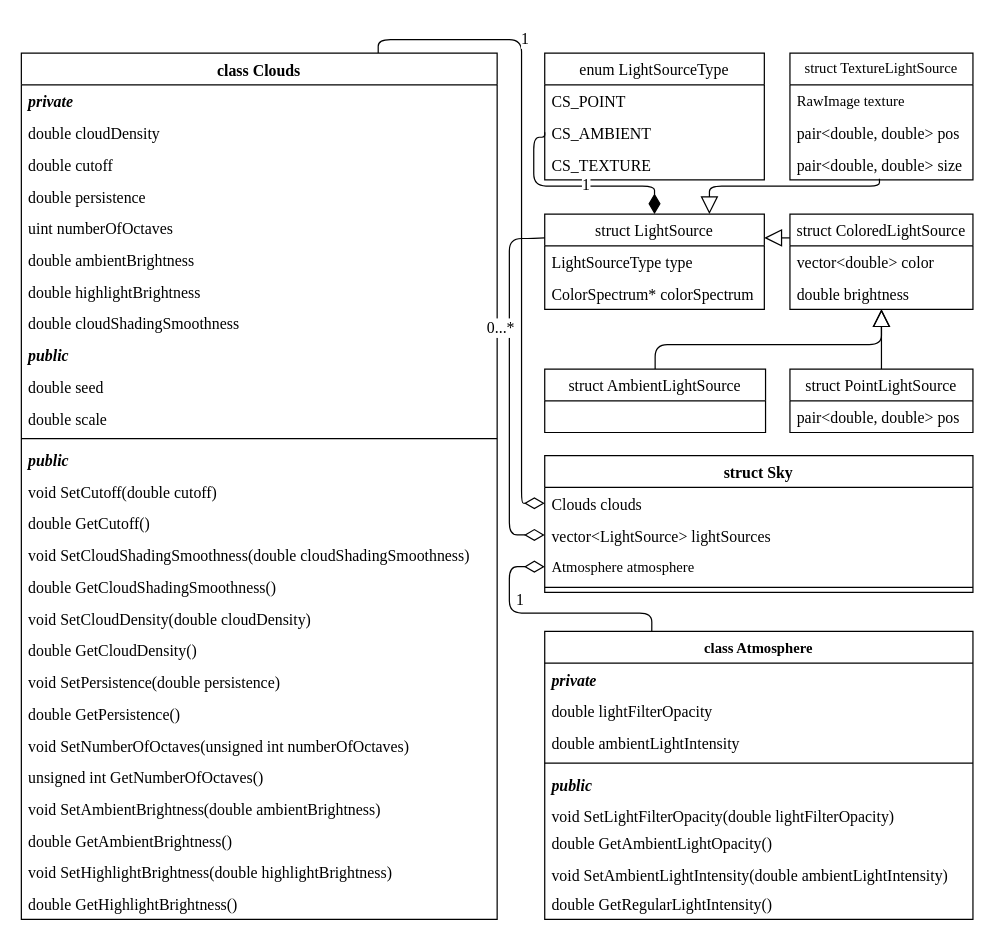
Above: page "Sky" (3 of 9) of Docs/Class diagrams.drawio in SpatiumOwl/ComplexSky-2.0 (draw.io), before the change. Source tidied: cells renumbered, new cells numbered last; positions are measured from the earlier drawing's top-left corner, leaving out a move shared by most shapes. Both pictures are drawn from the tidied source at 122%, with x=0, y=0 at pixel (21, 39).
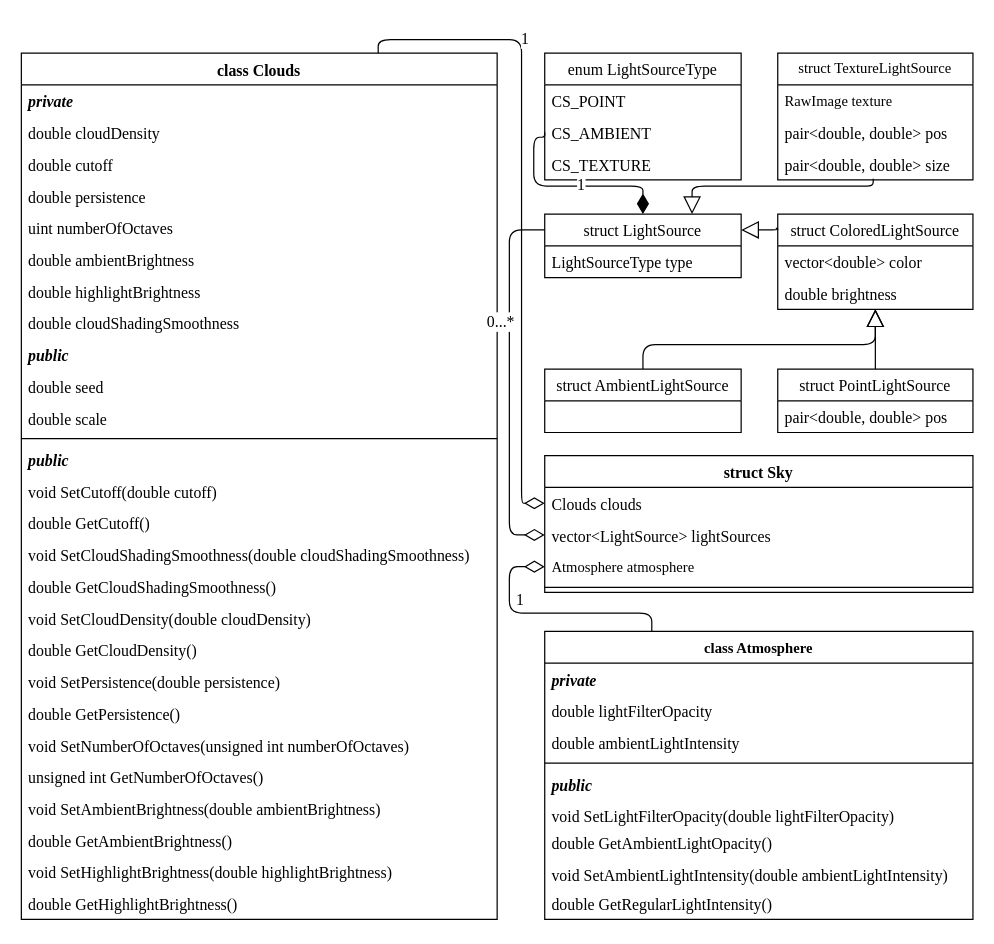
After the change.

Unchanged cells that the change refers to:
```xml
<mxCell id="49" value="vector&lt;LightSource&gt; lightSources" style="text;strokeColor=none;fillColor=none;align=left;verticalAlign=top;spacingLeft=4;spacingRight=4;overflow=hidden;points=[[0,0.5],[1,0.5]];portConstraint=eastwest;fontFamily=Times New Roman;fontSize=13;" parent="47" vertex="1">
  <mxGeometry y="52" width="351" height="26" as="geometry" />
</mxCell>
```

Diff of the diagram source:
```diff
@@
     <mxCell id="2" value="enum LightSourceType" style="swimlane;fontStyle=0;horizontal=1;startSize=26;fillColor=none;fontFamily=Times New Roman;fontSize=13;" parent="1" vertex="1">
-      <mxGeometry x="429" y="11" width="180" height="104" as="geometry" />
+      <mxGeometry x="429" y="11" width="161" height="104" as="geometry" />
     </mxCell>
     <mxCell id="3" value="CS_POINT" style="text;strokeColor=none;fillColor=none;align=left;verticalAlign=top;spacingLeft=4;spacingRight=4;overflow=hidden;fontFamily=Times New Roman;fontSize=13;" parent="2" vertex="1">
-      <mxGeometry y="26" width="180" height="26" as="geometry" />
+      <mxGeometry y="26" width="161" height="26" as="geometry" />
     </mxCell>
     <mxCell id="4" value="CS_AMBIENT" style="text;strokeColor=none;fillColor=none;align=left;verticalAlign=top;spacingLeft=4;spacingRight=4;overflow=hidden;points=[[0,0.5],[1,0.5]];portConstraint=eastwest;fontFamily=Times New Roman;fontSize=13;" parent="2" vertex="1">
-      <mxGeometry y="52" width="180" height="26" as="geometry" />
+      <mxGeometry y="52" width="161" height="26" as="geometry" />
     </mxCell>
     <mxCell id="5" value="CS_TEXTURE" style="text;strokeColor=none;fillColor=none;align=left;verticalAlign=top;spacingLeft=4;spacingRight=4;overflow=hidden;fontFamily=Times New Roman;fontSize=13;" parent="2" vertex="1">
-      <mxGeometry y="78" width="180" height="26" as="geometry" />
+      <mxGeometry y="78" width="161" height="26" as="geometry" />
     </mxCell>
     <mxCell id="6" value="struct LightSource" style="swimlane;fontStyle=0;horizontal=1;startSize=26;fillColor=none;fontFamily=Times New Roman;fontSize=13;" parent="1" vertex="1">
-      <mxGeometry x="429" y="143" width="180" height="78" as="geometry" />
+      <mxGeometry x="429" y="143" width="161" height="52" as="geometry" />
     </mxCell>
     <mxCell id="7" value="LightSourceType type" style="text;strokeColor=none;fillColor=none;align=left;verticalAlign=top;spacingLeft=4;spacingRight=4;overflow=hidden;fontFamily=Times New Roman;fontSize=13;" parent="6" vertex="1">
-      <mxGeometry y="26" width="180" height="26" as="geometry" />
+      <mxGeometry y="26" width="161" height="26" as="geometry" />
     </mxCell>
-    <mxCell id="8" value="ColorSpectrum* colorSpectrum" style="text;strokeColor=none;fillColor=none;align=left;verticalAlign=top;spacingLeft=4;spacingRight=4;overflow=hidden;fontFamily=Times New Roman;fontSize=13;" parent="6" vertex="1">
-      <mxGeometry y="52" width="180" height="26" as="geometry" />
-    </mxCell>
     <mxCell id="9" value="1" style="endArrow=none;html=1;endSize=12;startArrow=diamondThin;startSize=14;startFill=1;edgeStyle=orthogonalEdgeStyle;align=left;verticalAlign=bottom;rounded=1;exitX=0.5;exitY=0;exitDx=0;exitDy=0;entryX=0;entryY=0.5;entryDx=0;entryDy=0;endFill=0;fontFamily=Times New Roman;fontSize=13;" parent="1" edge="1" source="6" target="4">
       <mxGeometry x="-0.04" y="10" relative="1" as="geometry">
         <Array as="points">
-          <mxPoint x="519" y="120" />
+          <mxPoint x="510" y="120" />
           <mxPoint x="420" y="120" />
           <mxPoint x="420" y="80" />
           <mxPoint x="429" y="80" />
         </Array>
       </mxGeometry>
     </mxCell>
     <mxCell id="10" value="struct ColoredLightSource" style="swimlane;fontStyle=0;horizontal=1;startSize=26;fillColor=none;fontFamily=Times New Roman;fontSize=13;" parent="1" vertex="1">
-      <mxGeometry x="630" y="143" width="150" height="78" as="geometry" />
+      <mxGeometry x="620" y="143" width="160" height="78" as="geometry" />
     </mxCell>
     <mxCell id="11" value="vector&lt;double&gt; color" style="text;strokeColor=none;fillColor=none;align=left;verticalAlign=top;spacingLeft=4;spacingRight=4;overflow=hidden;fontFamily=Times New Roman;fontSize=13;" parent="10" vertex="1">
-      <mxGeometry y="26" width="150" height="26" as="geometry" />
+      <mxGeometry y="26" width="160" height="26" as="geometry" />
     </mxCell>
     <mxCell id="12" value="double brightness" style="text;strokeColor=none;fillColor=none;align=left;verticalAlign=top;spacingLeft=4;spacingRight=4;overflow=hidden;points=[[0,0.5],[1,0.5]];portConstraint=eastwest;fontFamily=Times New Roman;fontSize=13;" parent="10" vertex="1">
-      <mxGeometry y="52" width="150" height="26" as="geometry" />
+      <mxGeometry y="52" width="160" height="26" as="geometry" />
     </mxCell>
-    <mxCell id="13" style="endArrow=block;endFill=0;endSize=12;html=1;rounded=1;exitX=0;exitY=0.25;exitDx=0;exitDy=0;edgeStyle=orthogonalEdgeStyle;fontFamily=Times New Roman;fontSize=13;entryX=1;entryY=0.25;entryDx=0;entryDy=0;" parent="1" edge="1" source="10" target="6">
+    <mxCell id="13" style="endArrow=block;endFill=0;endSize=12;html=1;rounded=1;edgeStyle=orthogonalEdgeStyle;fontFamily=Times New Roman;fontSize=13;entryX=1;entryY=0.25;entryDx=0;entryDy=0;exitX=-0.01;exitY=0.15;exitDx=0;exitDy=0;exitPerimeter=0;" parent="1" edge="1" source="10" target="6">
       <mxGeometry relative="1" as="geometry">
         <Array as="points">
-          <mxPoint x="630" y="163" />
-          <mxPoint x="630" y="163" />
+          <mxPoint x="620" y="155" />
+          <mxPoint x="620" y="156" />
         </Array>
       </mxGeometry>
     </mxCell>
     <mxCell id="14" value="struct PointLightSource" style="swimlane;fontStyle=0;horizontal=1;startSize=26;fillColor=none;fontFamily=Times New Roman;fontSize=13;" parent="1" vertex="1">
-      <mxGeometry x="630" y="270" width="150" height="52" as="geometry" />
+      <mxGeometry x="620" y="270" width="160" height="52" as="geometry" />
     </mxCell>
     <mxCell id="15" value="pair&lt;double, double&gt; pos" style="text;strokeColor=none;fillColor=none;align=left;verticalAlign=top;spacingLeft=4;spacingRight=4;overflow=hidden;fontFamily=Times New Roman;fontSize=13;" parent="14" vertex="1">
-      <mxGeometry y="26" width="150" height="26" as="geometry" />
+      <mxGeometry y="26" width="160" height="26" as="geometry" />
     </mxCell>
     <mxCell id="16" style="endArrow=block;endFill=0;endSize=12;html=1;rounded=1;edgeStyle=orthogonalEdgeStyle;exitX=0.5;exitY=0;exitDx=0;exitDy=0;entryX=0.5;entryY=1;entryDx=0;entryDy=0;entryPerimeter=0;fontFamily=Times New Roman;fontSize=13;" parent="1" edge="1" source="14" target="12">
       <mxGeometry relative="1" as="geometry">
         <Array as="points">
-          <mxPoint x="705" y="240" />
-          <mxPoint x="705" y="240" />
+          <mxPoint x="700" y="250" />
+          <mxPoint x="700" y="250" />
         </Array>
       </mxGeometry>
     </mxCell>
     <mxCell id="17" value="struct AmbientLightSource" style="swimlane;fontStyle=0;horizontal=1;startSize=26;fillColor=none;fontFamily=Times New Roman;fontSize=13;" parent="1" vertex="1">
-      <mxGeometry x="429" y="270" width="181" height="52" as="geometry" />
+      <mxGeometry x="429" y="270" width="161" height="52" as="geometry" />
     </mxCell>
     <mxCell id="18" style="endArrow=block;endFill=0;endSize=12;html=1;rounded=1;edgeStyle=orthogonalEdgeStyle;entryX=0.5;entryY=1;entryDx=0;entryDy=0;exitX=0.5;exitY=0;exitDx=0;exitDy=0;entryPerimeter=0;fontFamily=Times New Roman;fontSize=13;" parent="1" edge="1" source="17" target="12">
       <mxGeometry relative="1" as="geometry">
         <Array as="points">
-          <mxPoint x="520" y="250" />
-          <mxPoint x="705" y="250" />
+          <mxPoint x="510" y="250" />
+          <mxPoint x="700" y="250" />
         </Array>
       </mxGeometry>
     </mxCell>
@@
     <mxCell id="53" value="0...*" style="endArrow=none;html=1;endSize=12;startArrow=diamondThin;startSize=14;startFill=0;edgeStyle=orthogonalEdgeStyle;align=left;verticalAlign=bottom;rounded=1;endFill=0;exitX=0;exitY=0.5;exitDx=0;exitDy=0;entryX=0;entryY=0.25;entryDx=0;entryDy=0;fontFamily=Times New Roman;fontSize=13;" parent="1" edge="1" source="49" target="6">
       <mxGeometry x="0.25" y="20" relative="1" as="geometry">
         <Array as="points">
           <mxPoint x="400" y="406" />
-          <mxPoint x="400" y="163" />
-          <mxPoint x="420" y="163" />
+          <mxPoint x="400" y="156" />
         </Array>
       </mxGeometry>
     </mxCell>
@@
     <mxCell id="65" value="struct TextureLightSource" style="swimlane;fontStyle=0;horizontal=1;startSize=26;fillColor=none;whiteSpace=wrap;html=1;fontFamily=Times New Roman;" parent="1" vertex="1">
-      <mxGeometry x="630" y="11" width="150" height="104" as="geometry" />
+      <mxGeometry x="620" y="11" width="160" height="104" as="geometry" />
     </mxCell>
     <mxCell id="66" value="RawImage texture" style="text;strokeColor=none;fillColor=none;align=left;verticalAlign=top;spacingLeft=4;spacingRight=4;overflow=hidden;whiteSpace=wrap;html=1;fontFamily=Times New Roman;" parent="65" vertex="1">
-      <mxGeometry y="26" width="150" height="26" as="geometry" />
+      <mxGeometry y="26" width="160" height="26" as="geometry" />
     </mxCell>
     <mxCell id="67" value="pair&lt;double, double&gt; pos" style="text;strokeColor=none;fillColor=none;align=left;verticalAlign=top;spacingLeft=4;spacingRight=4;overflow=hidden;fontFamily=Times New Roman;fontSize=13;" parent="65" vertex="1">
-      <mxGeometry y="52" width="150" height="26" as="geometry" />
+      <mxGeometry y="52" width="160" height="26" as="geometry" />
     </mxCell>
     <mxCell id="68" value="pair&lt;double, double&gt; size" style="text;strokeColor=none;fillColor=none;align=left;verticalAlign=top;spacingLeft=4;spacingRight=4;overflow=hidden;points=[[0,0.5],[1,0.5]];portConstraint=eastwest;fontFamily=Times New Roman;fontSize=13;" parent="65" vertex="1">
-      <mxGeometry y="78" width="150" height="26" as="geometry" />
+      <mxGeometry y="78" width="160" height="26" as="geometry" />
     </mxCell>
```
